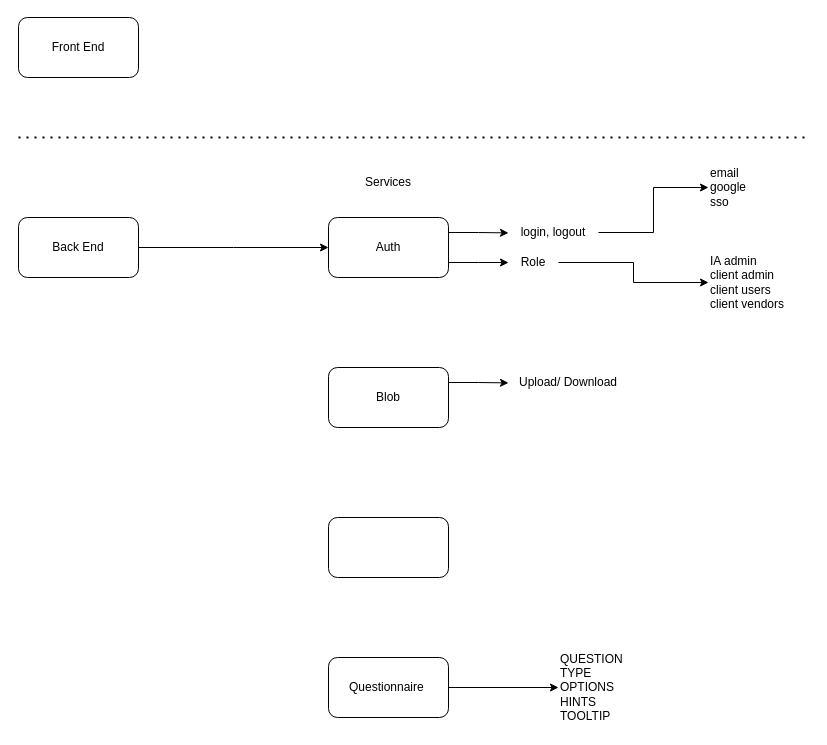
Above: Impactful Accounting.drawio in Jablu/diagrams (draw.io), before the change. Source tidied: cells renumbered, new cells numbered last; positions are measured from the earlier drawing's top-left corner, leaving out a move shared by most shapes. Both pictures are drawn from the tidied source at 100%, with x=0, y=0 at pixel (18, 17).
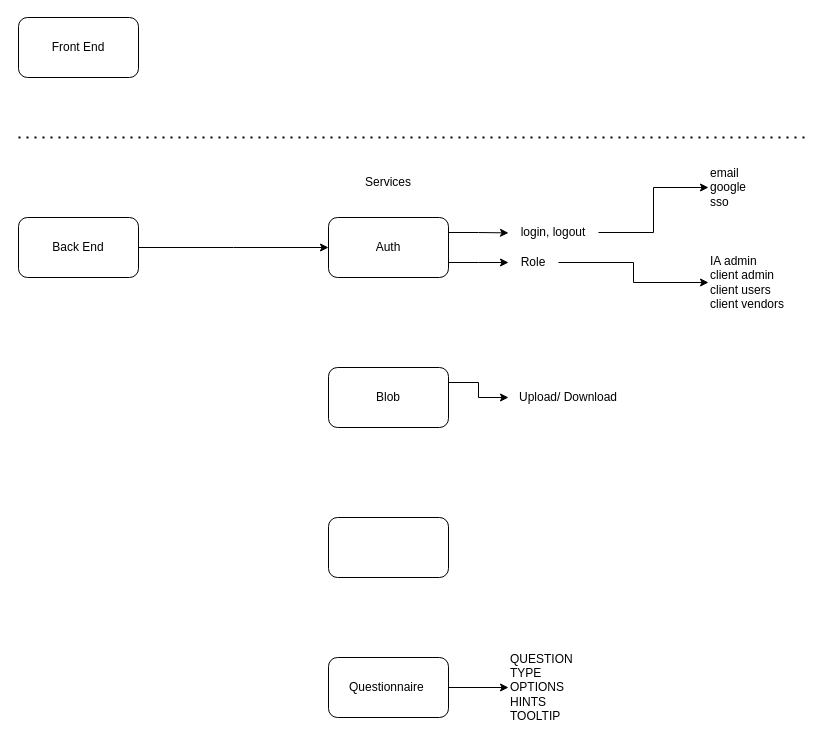
Above is the later version.

Unchanged cells that the change refers to:
```xml
<mxCell id="19" value="Blob" style="rounded=1;whiteSpace=wrap;html=1;" parent="1" vertex="1">
  <mxGeometry x="310" y="350" width="120" height="60" as="geometry" />
</mxCell>
```

Change to the diagram source:
```diff
@@
-    <mxCell id="18" style="edgeStyle=orthogonalEdgeStyle;rounded=0;jettySize=auto;html=1;exitX=1;exitY=0.25;exitDx=0;exitDy=0;" parent="1" edge="1" source="19">
-      <mxGeometry relative="1" as="geometry">
-        <mxPoint x="490" y="365.4" as="targetPoint" />
-      </mxGeometry>
+    <mxCell id="18" style="edgeStyle=orthogonalEdgeStyle;rounded=0;jettySize=auto;html=1;exitX=1;exitY=0.25;exitDx=0;exitDy=0;entryX=0;entryY=0.5;entryDx=0;entryDy=0;" parent="1" edge="1" source="19" target="20">
+      <mxGeometry relative="1" as="geometry" />
     </mxCell>
@@
     <mxCell id="20" value="Upload/ Download" style="text;html=1;whiteSpace=wrap;strokeColor=none;fillColor=none;align=center;verticalAlign=middle;rounded=0;" parent="1" vertex="1">
-      <mxGeometry x="490" y="350" width="120" height="30" as="geometry" />
+      <mxGeometry x="490" y="365" width="120" height="30" as="geometry" />
     </mxCell>
     <mxCell id="21" value="QUESTION&lt;div&gt;TYPE&lt;/div&gt;&lt;div&gt;OPTIONS&lt;/div&gt;&lt;div&gt;HINTS&lt;/div&gt;&lt;div&gt;TOOLTIP&lt;/div&gt;" style="text;html=1;whiteSpace=wrap;strokeColor=none;fillColor=none;align=left;verticalAlign=middle;rounded=0;" parent="1" vertex="1">
-      <mxGeometry x="540" y="630" width="90" height="80" as="geometry" />
+      <mxGeometry x="490" y="630" width="90" height="80" as="geometry" />
     </mxCell>
```
